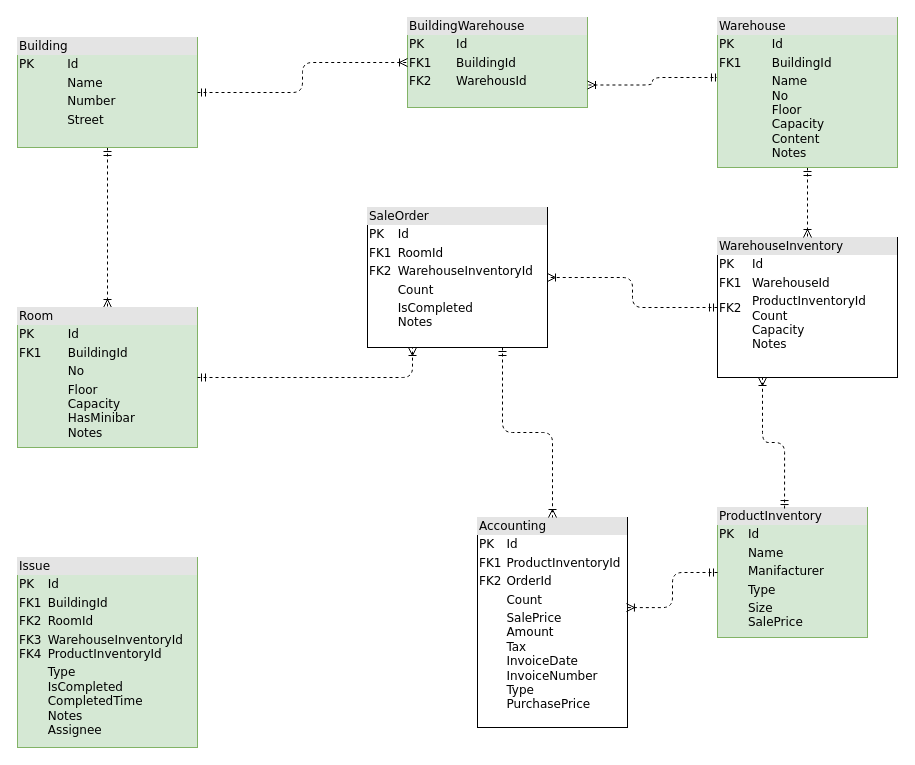
This is er-diagram.drawio from hasanbinboga/infera-test-case, a draw.io file, before an edit. Source tidied: cells renumbered, new cells numbered last; positions are measured from the earlier drawing's top-left corner, leaving out a move shared by most shapes. Both pictures are drawn from the tidied source at 100%, with x=0, y=0 at pixel (17, 17).
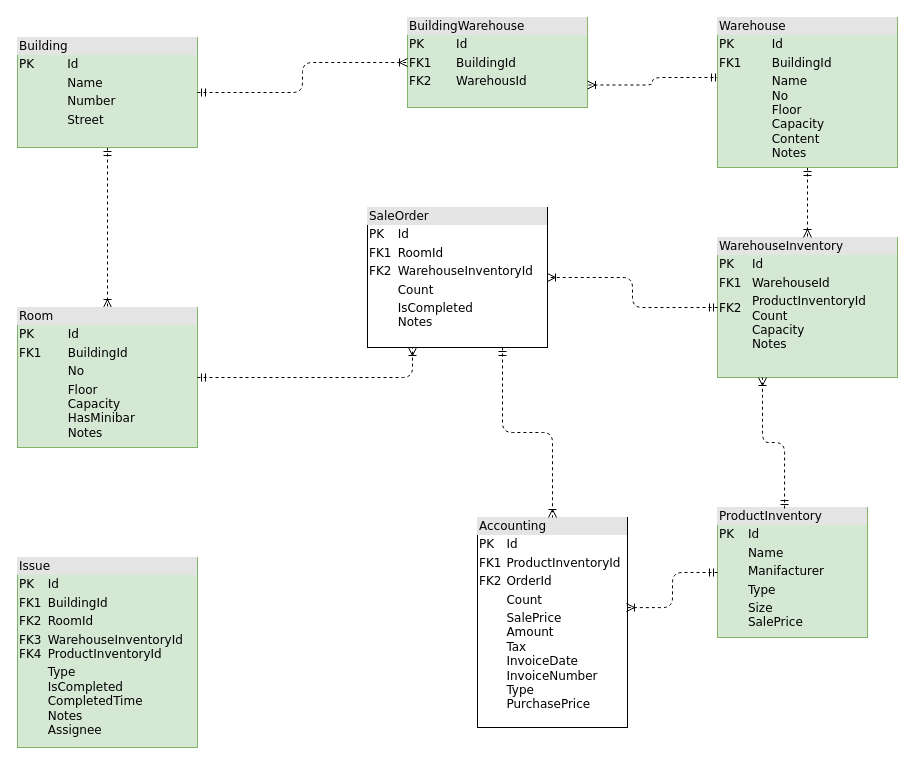
Above is the later version.

Diff of the diagram source:
```diff
@@
 <mxGraphModel>
   <root>
     <mxCell id="0" />
     <mxCell id="1" parent="0" />
     <mxCell id="2" value="&lt;div style=&quot;box-sizing:border-box;width:100%;background:#e4e4e4;padding:2px;&quot;&gt;BuildingWarehouse&lt;/div&gt;&lt;table style=&quot;width:100%;font-size:1em;&quot; cellpadding=&quot;2&quot; cellspacing=&quot;0&quot;&gt;&lt;tbody&gt;&lt;tr&gt;&lt;td&gt;PK&lt;/td&gt;&lt;td&gt;Id&lt;/td&gt;&lt;/tr&gt;&lt;tr&gt;&lt;td&gt;FK1&lt;/td&gt;&lt;td&gt;BuildingId&lt;/td&gt;&lt;/tr&gt;&lt;tr&gt;&lt;td&gt;FK2&lt;/td&gt;&lt;td&gt;WarehousId&lt;/td&gt;&lt;/tr&gt;&lt;/tbody&gt;&lt;/table&gt;" style="verticalAlign=top;align=left;overflow=fill;html=1;rounded=0;shadow=0;comic=0;labelBackgroundColor=none;strokeWidth=1;fontFamily=Verdana;fontSize=12;fillColor=#d5e8d4;strokeColor=#82b366;" parent="1" vertex="1">
       <mxGeometry x="390" width="180" height="90" as="geometry" />
     </mxCell>
     <mxCell id="3" style="html=1;dashed=1;labelBackgroundColor=none;startArrow=ERmandOne;endArrow=ERoneToMany;fontFamily=Verdana;fontSize=12;align=left;entryX=0.5;entryY=0;edgeStyle=orthogonalEdgeStyle;entryDx=0;entryDy=0;" parent="1" edge="1" source="5" target="9">
       <mxGeometry relative="1" as="geometry" />
     </mxCell>
     <mxCell id="4" style="html=1;dashed=1;labelBackgroundColor=none;startArrow=ERmandOne;endArrow=ERoneToMany;fontFamily=Verdana;fontSize=12;align=left;exitX=0.011;exitY=0.4;exitDx=0;exitDy=0;edgeStyle=orthogonalEdgeStyle;entryX=1;entryY=0.75;entryDx=0;entryDy=0;exitPerimeter=0;" parent="1" edge="1" source="10" target="2">
       <mxGeometry relative="1" as="geometry" />
     </mxCell>
     <mxCell id="5" value="&lt;div style=&quot;box-sizing: border-box ; width: 100% ; background: #e4e4e4 ; padding: 2px&quot;&gt;Building&lt;/div&gt;&lt;table style=&quot;width: 100% ; font-size: 1em&quot; cellpadding=&quot;2&quot; cellspacing=&quot;0&quot;&gt;&lt;tbody&gt;&lt;tr&gt;&lt;td&gt;PK&lt;/td&gt;&lt;td&gt;Id&lt;/td&gt;&lt;/tr&gt;&lt;tr&gt;&lt;td&gt;&lt;br&gt;&lt;/td&gt;&lt;td&gt;Name&lt;/td&gt;&lt;/tr&gt;&lt;tr&gt;&lt;td&gt;&lt;/td&gt;&lt;td&gt;Number&lt;/td&gt;&lt;/tr&gt;&lt;tr&gt;&lt;td&gt;&lt;br&gt;&lt;/td&gt;&lt;td&gt;Street&lt;br&gt;&lt;/td&gt;&lt;/tr&gt;&lt;tr&gt;&lt;td&gt;&lt;br&gt;&lt;/td&gt;&lt;td&gt;&lt;br&gt;&lt;/td&gt;&lt;/tr&gt;&lt;tr&gt;&lt;td&gt;&lt;br&gt;&lt;/td&gt;&lt;td&gt;&lt;br&gt;&lt;/td&gt;&lt;/tr&gt;&lt;/tbody&gt;&lt;/table&gt;" style="verticalAlign=top;align=left;overflow=fill;html=1;rounded=0;shadow=0;comic=0;labelBackgroundColor=none;strokeWidth=1;fontFamily=Verdana;fontSize=12;fillColor=#d5e8d4;strokeColor=#82b366;" parent="1" vertex="1">
       <mxGeometry y="20" width="180" height="110" as="geometry" />
     </mxCell>
     <mxCell id="6" value="&lt;div style=&quot;box-sizing: border-box ; width: 100% ; background: #e4e4e4 ; padding: 2px&quot;&gt;ProductInventory&lt;/div&gt;&lt;table style=&quot;width: 100% ; font-size: 1em&quot; cellpadding=&quot;2&quot; cellspacing=&quot;0&quot;&gt;&lt;tbody&gt;&lt;tr&gt;&lt;td&gt;PK&lt;/td&gt;&lt;td&gt;Id&lt;/td&gt;&lt;/tr&gt;&lt;tr&gt;&lt;td&gt;&lt;br&gt;&lt;/td&gt;&lt;td&gt;Name&lt;/td&gt;&lt;/tr&gt;&lt;tr&gt;&lt;td&gt;&lt;/td&gt;&lt;td&gt;Manifacturer&lt;/td&gt;&lt;/tr&gt;&lt;tr&gt;&lt;td&gt;&lt;br&gt;&lt;/td&gt;&lt;td&gt;Type&lt;/td&gt;&lt;/tr&gt;&lt;tr&gt;&lt;td&gt;&lt;br&gt;&lt;/td&gt;&lt;td&gt;Size&lt;br&gt;SalePrice&lt;/td&gt;&lt;/tr&gt;&lt;/tbody&gt;&lt;/table&gt;" style="verticalAlign=top;align=left;overflow=fill;html=1;rounded=0;shadow=0;comic=0;labelBackgroundColor=none;strokeWidth=1;fontFamily=Verdana;fontSize=12;fillColor=#d5e8d4;strokeColor=#82b366;" parent="1" vertex="1">
       <mxGeometry x="700" y="490" width="150" height="130" as="geometry" />
     </mxCell>
-    <mxCell id="7" value="&lt;div style=&quot;box-sizing:border-box;width:100%;background:#e4e4e4;padding:2px;&quot;&gt;WarehouseInventory&lt;/div&gt;&lt;table style=&quot;width:100%;font-size:1em;&quot; cellpadding=&quot;2&quot; cellspacing=&quot;0&quot;&gt;&lt;tbody&gt;&lt;tr&gt;&lt;td&gt;PK&lt;/td&gt;&lt;td&gt;Id&lt;/td&gt;&lt;/tr&gt;&lt;tr&gt;&lt;td&gt;FK1&lt;/td&gt;&lt;td&gt;WarehouseId&lt;/td&gt;&lt;/tr&gt;&lt;tr&gt;&lt;td&gt;FK2&lt;br&gt;&lt;br&gt;&lt;br&gt;&lt;/td&gt;&lt;td&gt;ProductInventoryId&lt;br&gt;Count&lt;br&gt;Capacity&lt;br&gt;Notes&lt;/td&gt;&lt;/tr&gt;&lt;/tbody&gt;&lt;/table&gt;" style="verticalAlign=top;align=left;overflow=fill;html=1;rounded=0;shadow=0;comic=0;labelBackgroundColor=none;strokeWidth=1;fontFamily=Verdana;fontSize=12;" parent="1" vertex="1">
+    <mxCell id="7" value="&lt;div style=&quot;box-sizing:border-box;width:100%;background:#e4e4e4;padding:2px;&quot;&gt;WarehouseInventory&lt;/div&gt;&lt;table style=&quot;width:100%;font-size:1em;&quot; cellpadding=&quot;2&quot; cellspacing=&quot;0&quot;&gt;&lt;tbody&gt;&lt;tr&gt;&lt;td&gt;PK&lt;/td&gt;&lt;td&gt;Id&lt;/td&gt;&lt;/tr&gt;&lt;tr&gt;&lt;td&gt;FK1&lt;/td&gt;&lt;td&gt;WarehouseId&lt;/td&gt;&lt;/tr&gt;&lt;tr&gt;&lt;td&gt;FK2&lt;br&gt;&lt;br&gt;&lt;br&gt;&lt;/td&gt;&lt;td&gt;ProductInventoryId&lt;br&gt;Count&lt;br&gt;Capacity&lt;br&gt;Notes&lt;/td&gt;&lt;/tr&gt;&lt;/tbody&gt;&lt;/table&gt;" style="verticalAlign=top;align=left;overflow=fill;html=1;rounded=0;shadow=0;comic=0;labelBackgroundColor=none;strokeWidth=1;fontFamily=Verdana;fontSize=12;fillColor=#d5e8d4;strokeColor=#82b366;" parent="1" vertex="1">
       <mxGeometry x="700" y="220" width="180" height="140" as="geometry" />
     </mxCell>
     <mxCell id="8" style="edgeStyle=orthogonalEdgeStyle;html=1;entryX=0.5;entryY=0;dashed=1;labelBackgroundColor=none;startArrow=ERmandOne;endArrow=ERoneToMany;fontFamily=Verdana;fontSize=12;align=left;" parent="1" edge="1" source="10" target="7">
       <mxGeometry relative="1" as="geometry" />
     </mxCell>
     <mxCell id="9" value="&lt;div style=&quot;box-sizing: border-box ; width: 100% ; background: #e4e4e4 ; padding: 2px&quot;&gt;Room&lt;/div&gt;&lt;table style=&quot;width: 100% ; font-size: 1em&quot; cellpadding=&quot;2&quot; cellspacing=&quot;0&quot;&gt;&lt;tbody&gt;&lt;tr&gt;&lt;td&gt;PK&lt;/td&gt;&lt;td&gt;Id&lt;/td&gt;&lt;/tr&gt;&lt;tr&gt;&lt;td&gt;FK1&lt;/td&gt;&lt;td&gt;BuildingId&lt;/td&gt;&lt;/tr&gt;&lt;tr&gt;&lt;td&gt;&lt;/td&gt;&lt;td&gt;No&lt;/td&gt;&lt;/tr&gt;&lt;tr&gt;&lt;td&gt;&lt;br&gt;&lt;/td&gt;&lt;td&gt;Floor&lt;br&gt;Capacity&lt;br&gt;HasMinibar&lt;br&gt;Notes&lt;/td&gt;&lt;/tr&gt;&lt;tr&gt;&lt;td&gt;&lt;br&gt;&lt;/td&gt;&lt;td&gt;&lt;/td&gt;&lt;/tr&gt;&lt;/tbody&gt;&lt;/table&gt;" style="verticalAlign=top;align=left;overflow=fill;html=1;rounded=0;shadow=0;comic=0;labelBackgroundColor=none;strokeWidth=1;fontFamily=Verdana;fontSize=12;fillColor=#d5e8d4;strokeColor=#82b366;" parent="1" vertex="1">
       <mxGeometry y="290" width="180" height="140" as="geometry" />
     </mxCell>
     <mxCell id="10" value="&lt;div style=&quot;box-sizing:border-box;width:100%;background:#e4e4e4;padding:2px;&quot;&gt;Warehouse&lt;/div&gt;&lt;table style=&quot;width:100%;font-size:1em;&quot; cellpadding=&quot;2&quot; cellspacing=&quot;0&quot;&gt;&lt;tbody&gt;&lt;tr&gt;&lt;td&gt;PK&lt;/td&gt;&lt;td&gt;Id&lt;/td&gt;&lt;/tr&gt;&lt;tr&gt;&lt;td&gt;FK1&lt;/td&gt;&lt;td&gt;BuildingId&lt;/td&gt;&lt;/tr&gt;&lt;tr&gt;&lt;td&gt;&lt;/td&gt;&lt;td&gt;Name&lt;br&gt;No&lt;br&gt;Floor&lt;br&gt;Capacity&lt;br&gt;Content&lt;br&gt;Notes&lt;/td&gt;&lt;/tr&gt;&lt;/tbody&gt;&lt;/table&gt;" style="verticalAlign=top;align=left;overflow=fill;html=1;rounded=0;shadow=0;comic=0;labelBackgroundColor=none;strokeWidth=1;fontFamily=Verdana;fontSize=12;fillColor=#d5e8d4;strokeColor=#82b366;" parent="1" vertex="1">
       <mxGeometry x="700" width="180" height="150" as="geometry" />
     </mxCell>
     <mxCell id="11" style="html=1;dashed=1;labelBackgroundColor=none;startArrow=ERmandOne;endArrow=ERoneToMany;fontFamily=Verdana;fontSize=12;align=left;edgeStyle=orthogonalEdgeStyle;entryX=0;entryY=0.5;entryDx=0;entryDy=0;exitX=1;exitY=0.5;exitDx=0;exitDy=0;" parent="1" edge="1" source="5" target="2">
       <mxGeometry relative="1" as="geometry" />
     </mxCell>
     <mxCell id="12" style="edgeStyle=orthogonalEdgeStyle;html=1;entryX=0.25;entryY=1;dashed=1;labelBackgroundColor=none;startArrow=ERmandOne;endArrow=ERoneToMany;fontFamily=Verdana;fontSize=12;align=left;entryDx=0;entryDy=0;exitX=0.447;exitY=0.008;exitDx=0;exitDy=0;exitPerimeter=0;" parent="1" edge="1" source="6" target="7">
       <mxGeometry relative="1" as="geometry" />
     </mxCell>
     <mxCell id="13" value="&lt;div style=&quot;box-sizing: border-box ; width: 100% ; background: #e4e4e4 ; padding: 2px&quot;&gt;SaleOrder&lt;/div&gt;&lt;table style=&quot;width: 100% ; font-size: 1em&quot; cellpadding=&quot;2&quot; cellspacing=&quot;0&quot;&gt;&lt;tbody&gt;&lt;tr&gt;&lt;td&gt;PK&lt;/td&gt;&lt;td&gt;Id&lt;/td&gt;&lt;/tr&gt;&lt;tr&gt;&lt;td&gt;FK1&lt;/td&gt;&lt;td&gt;RoomId&lt;/td&gt;&lt;/tr&gt;&lt;tr&gt;&lt;td&gt;FK2&lt;/td&gt;&lt;td&gt;WarehouseInventoryId&lt;/td&gt;&lt;/tr&gt;&lt;tr&gt;&lt;td&gt;&lt;br&gt;&lt;/td&gt;&lt;td&gt;Count&lt;/td&gt;&lt;/tr&gt;&lt;tr&gt;&lt;td&gt;&lt;br&gt;&lt;/td&gt;&lt;td&gt;IsCompleted&lt;br&gt;Notes&lt;/td&gt;&lt;/tr&gt;&lt;/tbody&gt;&lt;/table&gt;" style="verticalAlign=top;align=left;overflow=fill;html=1;rounded=0;shadow=0;comic=0;labelBackgroundColor=none;strokeWidth=1;fontFamily=Verdana;fontSize=12;" parent="1" vertex="1">
       <mxGeometry x="350" y="190" width="180" height="140" as="geometry" />
     </mxCell>
     <mxCell id="14" value="&lt;div style=&quot;box-sizing: border-box ; width: 100% ; background: #e4e4e4 ; padding: 2px&quot;&gt;Issue&lt;/div&gt;&lt;table style=&quot;width: 100% ; font-size: 1em&quot; cellpadding=&quot;2&quot; cellspacing=&quot;0&quot;&gt;&lt;tbody&gt;&lt;tr&gt;&lt;td&gt;PK&lt;/td&gt;&lt;td&gt;Id&lt;/td&gt;&lt;/tr&gt;&lt;tr&gt;&lt;td&gt;FK1&lt;/td&gt;&lt;td&gt;BuildingId&lt;/td&gt;&lt;/tr&gt;&lt;tr&gt;&lt;td&gt;FK2&lt;/td&gt;&lt;td&gt;RoomId&lt;br&gt;&lt;/td&gt;&lt;/tr&gt;&lt;tr&gt;&lt;td&gt;FK3&lt;br&gt;FK4&lt;/td&gt;&lt;td&gt;WarehouseInventoryId&lt;br&gt;ProductInventoryId&lt;/td&gt;&lt;/tr&gt;&lt;tr&gt;&lt;td&gt;&lt;br&gt;&lt;br&gt;&lt;/td&gt;&lt;td&gt;Type&lt;br&gt;IsCompleted&lt;br&gt;CompletedTime&lt;br&gt;Notes&lt;br&gt;Assignee&lt;/td&gt;&lt;/tr&gt;&lt;/tbody&gt;&lt;/table&gt;" style="verticalAlign=top;align=left;overflow=fill;html=1;rounded=0;shadow=0;comic=0;labelBackgroundColor=none;strokeWidth=1;fontFamily=Verdana;fontSize=12;fillColor=#d5e8d4;strokeColor=#82b366;" parent="1" vertex="1">
       <mxGeometry y="540" width="180" height="190" as="geometry" />
     </mxCell>
     <mxCell id="15" style="edgeStyle=orthogonalEdgeStyle;html=1;entryX=1;entryY=0.5;dashed=1;labelBackgroundColor=none;startArrow=ERmandOne;endArrow=ERoneToMany;fontFamily=Verdana;fontSize=12;align=left;entryDx=0;entryDy=0;exitX=0;exitY=0.5;exitDx=0;exitDy=0;" parent="1" edge="1" source="7" target="13">
       <mxGeometry relative="1" as="geometry" />
     </mxCell>
     <mxCell id="16" style="edgeStyle=orthogonalEdgeStyle;html=1;entryX=0.25;entryY=1;dashed=1;labelBackgroundColor=none;startArrow=ERmandOne;endArrow=ERoneToMany;fontFamily=Verdana;fontSize=12;align=left;entryDx=0;entryDy=0;exitX=1;exitY=0.5;exitDx=0;exitDy=0;" parent="1" edge="1" source="9" target="13">
       <mxGeometry relative="1" as="geometry" />
     </mxCell>
     <mxCell id="17" value="&lt;div style=&quot;box-sizing: border-box ; width: 100% ; background: #e4e4e4 ; padding: 2px&quot;&gt;Accounting&lt;/div&gt;&lt;table style=&quot;width: 100% ; font-size: 1em&quot; cellpadding=&quot;2&quot; cellspacing=&quot;0&quot;&gt;&lt;tbody&gt;&lt;tr&gt;&lt;td&gt;PK&lt;/td&gt;&lt;td&gt;Id&lt;/td&gt;&lt;/tr&gt;&lt;tr&gt;&lt;td&gt;FK1&lt;/td&gt;&lt;td&gt;ProductInventoryId&lt;/td&gt;&lt;/tr&gt;&lt;tr&gt;&lt;td&gt;FK2&lt;/td&gt;&lt;td&gt;OrderId&lt;/td&gt;&lt;/tr&gt;&lt;tr&gt;&lt;td&gt;&lt;br&gt;&lt;/td&gt;&lt;td&gt;Count&lt;/td&gt;&lt;/tr&gt;&lt;tr&gt;&lt;td&gt;&lt;br&gt;&lt;/td&gt;&lt;td&gt;SalePrice&lt;br&gt;Amount&lt;br&gt;Tax&lt;br&gt;InvoiceDate&lt;br&gt;InvoiceNumber&lt;br&gt;Type&lt;br&gt;PurchasePrice&lt;br&gt;&lt;/td&gt;&lt;/tr&gt;&lt;/tbody&gt;&lt;/table&gt;" style="verticalAlign=top;align=left;overflow=fill;html=1;rounded=0;shadow=0;comic=0;labelBackgroundColor=none;strokeWidth=1;fontFamily=Verdana;fontSize=12;" parent="1" vertex="1">
       <mxGeometry x="460" y="500" width="150" height="210" as="geometry" />
     </mxCell>
     <mxCell id="18" style="edgeStyle=orthogonalEdgeStyle;html=1;dashed=1;labelBackgroundColor=none;startArrow=ERmandOne;endArrow=ERoneToMany;fontFamily=Verdana;fontSize=12;align=left;exitX=0;exitY=0.5;exitDx=0;exitDy=0;entryX=0.993;entryY=0.429;entryDx=0;entryDy=0;entryPerimeter=0;" parent="1" edge="1" source="6" target="17">
       <mxGeometry relative="1" as="geometry" />
     </mxCell>
     <mxCell id="19" style="edgeStyle=orthogonalEdgeStyle;html=1;dashed=1;labelBackgroundColor=none;startArrow=ERmandOne;endArrow=ERoneToMany;fontFamily=Verdana;fontSize=12;align=left;exitX=0.75;exitY=1;exitDx=0;exitDy=0;" parent="1" edge="1" source="13" target="17">
       <mxGeometry relative="1" as="geometry" />
     </mxCell>
   </root>
 </mxGraphModel>
```
